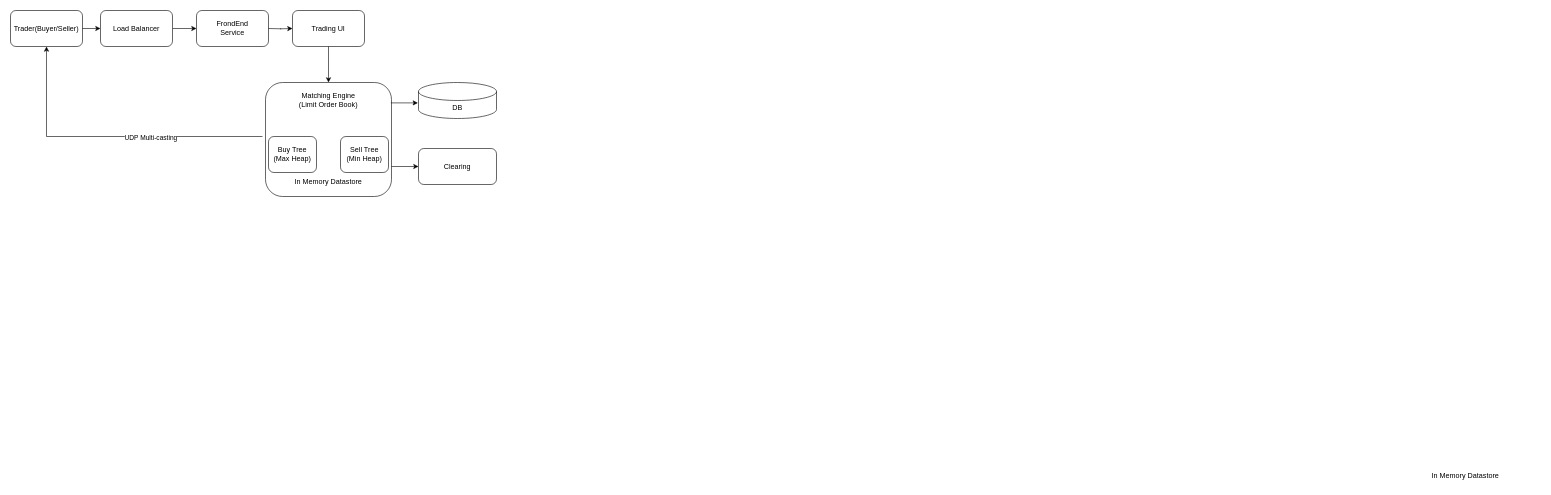
Earlier version of the draw.io diagram 13_StockExchange.drawio (xwq172677170/SysdDiagram). Source tidied: cells renumbered, new cells numbered last; positions are measured from the earlier drawing's top-left corner, leaving out a move shared by most shapes. Both pictures are drawn from the tidied source at 60%, with x=0, y=0 at pixel (10, 10).
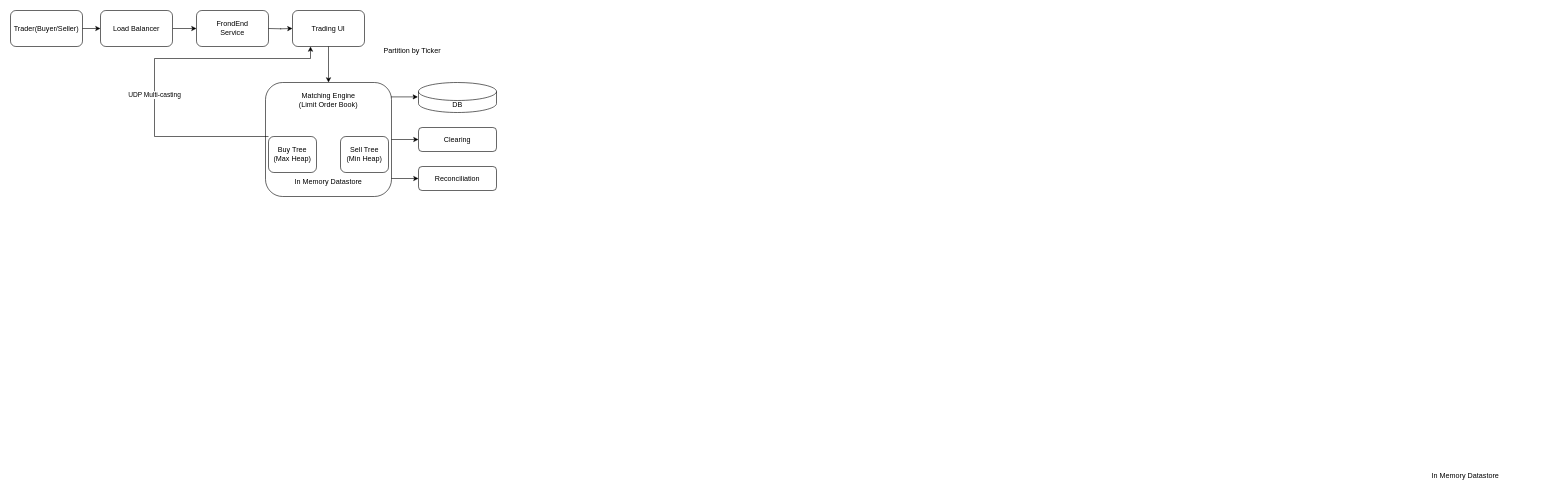
Above is the later version.

The change refers to these unchanged cells:
```xml
<mxCell id="3" value="Trader(Buyer/Seller)" style="rounded=1;whiteSpace=wrap;html=1;" parent="1" vertex="1">
  <mxGeometry width="120" height="60" as="geometry" />
</mxCell>
<mxCell id="16" value="Trading UI" style="rounded=1;whiteSpace=wrap;html=1;" parent="1" vertex="1">
  <mxGeometry x="470" width="120" height="60" as="geometry" />
</mxCell>
```

What changed in the source:
```diff
@@
     <mxCell id="9" style="endArrow=classic;html=1;rounded=0;entryX=0;entryY=0.5;entryDx=0;entryDy=0;exitX=1;exitY=0.5;exitDx=0;exitDy=0;" parent="1" edge="1" target="11">
       <mxGeometry relative="1" as="geometry">
-        <mxPoint x="635" y="260" as="sourcePoint" />
+        <mxPoint x="635" y="215" as="sourcePoint" />
       </mxGeometry>
     </mxCell>
     <mxCell id="10" value="DB" style="shape=cylinder3;whiteSpace=wrap;html=1;boundedLbl=1;backgroundOutline=1;size=15;" parent="1" vertex="1">
-      <mxGeometry x="680" y="120" width="130" height="60" as="geometry" />
+      <mxGeometry x="680" y="120" width="130" height="50" as="geometry" />
     </mxCell>
     <mxCell id="11" value="Clearing" style="rounded=1;whiteSpace=wrap;html=1;" parent="1" vertex="1">
-      <mxGeometry x="680" y="230" width="130" height="60" as="geometry" />
+      <mxGeometry x="680" y="195" width="130" height="40" as="geometry" />
     </mxCell>
@@
-    <mxCell id="19" style="endArrow=classic;html=1;rounded=0;entryX=0.5;entryY=1;entryDx=0;entryDy=0;" parent="1" edge="1" target="3">
+    <mxCell id="19" style="endArrow=classic;html=1;rounded=0;entryX=0.25;entryY=1;entryDx=0;entryDy=0;" parent="1" edge="1" target="16">
       <mxGeometry relative="1" as="geometry">
-        <mxPoint x="420" y="210" as="sourcePoint" />
+        <mxPoint x="430" y="210" as="sourcePoint" />
         <Array as="points">
-          <mxPoint x="60" y="210" />
+          <mxPoint x="240" y="210" />
+          <mxPoint x="240" y="80" />
+          <mxPoint x="500" y="80" />
         </Array>
       </mxGeometry>
     </mxCell>
     <mxCell id="20" value="UDP Multi-casting" style="edgeLabel;html=1;align=center;verticalAlign=middle;" parent="19" vertex="1">
-      <mxGeometry x="-0.27" y="1" relative="1" as="geometry" />
+      <mxGeometry x="-0.27" y="1" relative="1" as="geometry">
+        <mxPoint y="-41" as="offset" />
+      </mxGeometry>
     </mxCell>
     <mxCell id="21" style="endArrow=classic;html=1;rounded=0;entryX=0;entryY=0.5;entryDx=0;entryDy=0;exitX=1;exitY=0.5;exitDx=0;exitDy=0;" parent="1" edge="1">
       <mxGeometry relative="1" as="geometry">
-        <mxPoint x="634" y="154" as="sourcePoint" />
-        <mxPoint x="679" y="154" as="targetPoint" />
+        <mxPoint x="634" y="144" as="sourcePoint" />
+        <mxPoint x="679" y="144" as="targetPoint" />
       </mxGeometry>
     </mxCell>
+    <mxCell id="22" style="endArrow=classic;html=1;rounded=0;entryX=0;entryY=0.5;entryDx=0;entryDy=0;exitX=1;exitY=0.5;exitDx=0;exitDy=0;" parent="1" edge="1" target="23">
+      <mxGeometry relative="1" as="geometry">
+        <mxPoint x="635" y="280" as="sourcePoint" />
+      </mxGeometry>
+    </mxCell>
+    <mxCell id="23" value="Reconciliation" style="rounded=1;whiteSpace=wrap;html=1;" parent="1" vertex="1">
+      <mxGeometry x="680" y="260" width="130" height="40" as="geometry" />
+    </mxCell>
+    <mxCell id="24" value="Partition by Ticker" style="text;html=1;strokeColor=none;fillColor=none;align=left;verticalAlign=middle;whiteSpace=wrap;rounded=0;" parent="1" vertex="1">
+      <mxGeometry x="620" y="30" width="160" height="75" as="geometry" />
+    </mxCell>
```
